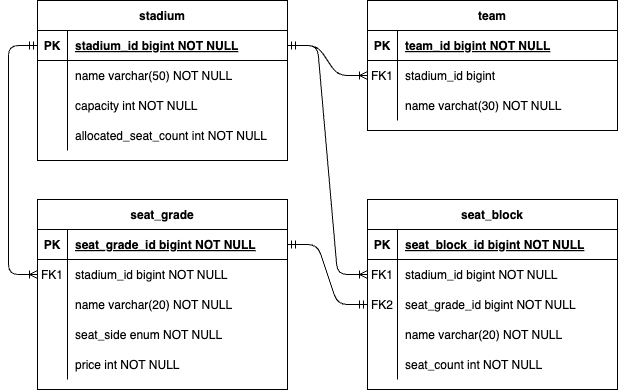
Above: doc/reservation-database-erd.png in f-lab-edu/kbo-reservation (draw.io), before the change. Source tidied: cells renumbered, new cells last; positions are measured from the earlier drawing's top-left corner, leaving out a move shared by most shapes. Its diagram source:
```xml
<mxGraphModel>
  <root>
    <mxCell id="0" />
    <mxCell id="1" parent="0" />
    <mxCell id="2" style="edgeStyle=entityRelationEdgeStyle;endArrow=ERoneToMany;startArrow=ERmandOne;endFill=0;startFill=0;" parent="1" edge="1" source="30" target="7">
      <mxGeometry relative="1" as="geometry" />
    </mxCell>
    <mxCell id="3" value="team" style="shape=table;startSize=30;rowLines=0;fontStyle=1;align=center;" parent="1" vertex="1">
      <mxGeometry x="359" width="250" height="130" as="geometry" />
    </mxCell>
    <mxCell id="4" style="shape=partialRectangle;fillColor=none;points=[[0,0.5],[1,0.5]];portConstraint=eastwest;top=0;left=0;right=0;bottom=1;" parent="3" vertex="1">
      <mxGeometry y="30" width="250" height="30" as="geometry" />
    </mxCell>
    <mxCell id="5" value="PK" style="shape=partialRectangle;overflow=hidden;fillColor=none;top=0;left=0;bottom=0;right=0;fontStyle=1;" parent="4" vertex="1">
      <mxGeometry width="30" height="30" as="geometry" />
    </mxCell>
    <mxCell id="6" value="team_id bigint NOT NULL " style="shape=partialRectangle;overflow=hidden;fillColor=none;top=0;left=0;bottom=0;right=0;align=left;spacingLeft=6;fontStyle=5;" parent="4" vertex="1">
      <mxGeometry x="30" width="220" height="30" as="geometry" />
    </mxCell>
    <mxCell id="7" style="shape=partialRectangle;fillColor=none;points=[[0,0.5],[1,0.5]];portConstraint=eastwest;top=0;left=0;right=0;bottom=0;" parent="3" vertex="1">
      <mxGeometry y="60" width="250" height="30" as="geometry" />
    </mxCell>
    <mxCell id="8" value="FK1" style="shape=partialRectangle;overflow=hidden;fillColor=none;top=0;left=0;bottom=0;right=0;" parent="7" vertex="1">
      <mxGeometry width="30" height="30" as="geometry" />
    </mxCell>
    <mxCell id="9" value="stadium_id bigint " style="shape=partialRectangle;overflow=hidden;fillColor=none;top=0;left=0;bottom=0;right=0;align=left;spacingLeft=6;" parent="7" vertex="1">
      <mxGeometry x="30" width="220" height="30" as="geometry" />
    </mxCell>
    <mxCell id="10" style="shape=partialRectangle;fillColor=none;top=0;left=0;right=0;bottom=0;" parent="3" vertex="1">
      <mxGeometry y="90" width="250" height="30" as="geometry" />
    </mxCell>
    <mxCell id="11" style="shape=partialRectangle;overflow=hidden;fillColor=none;top=0;left=0;bottom=0;right=0;" parent="10" vertex="1">
      <mxGeometry width="30" height="30" as="geometry" />
    </mxCell>
    <mxCell id="12" value="name varchat(30) NOT NULL" style="shape=partialRectangle;overflow=hidden;fillColor=none;top=0;left=0;bottom=0;right=0;align=left;spacingLeft=6;" parent="10" vertex="1">
      <mxGeometry x="30" width="220" height="30" as="geometry" />
    </mxCell>
    <mxCell id="13" value="seat_block" style="shape=table;startSize=30;rowLines=0;fontStyle=1;align=center;" parent="1" vertex="1">
      <mxGeometry x="359" y="199" width="250" height="190" as="geometry" />
    </mxCell>
    <mxCell id="14" style="shape=partialRectangle;fillColor=none;top=0;left=0;right=0;bottom=1;" parent="13" vertex="1">
      <mxGeometry y="30" width="250" height="30" as="geometry" />
    </mxCell>
    <mxCell id="15" value="PK" style="shape=partialRectangle;overflow=hidden;fillColor=none;top=0;left=0;bottom=0;right=0;fontStyle=1;" parent="14" vertex="1">
      <mxGeometry width="30" height="30" as="geometry" />
    </mxCell>
    <mxCell id="16" value="seat_block_id bigint NOT NULL " style="shape=partialRectangle;overflow=hidden;fillColor=none;top=0;left=0;bottom=0;right=0;align=left;spacingLeft=6;fontStyle=5;" parent="14" vertex="1">
      <mxGeometry x="30" width="220" height="30" as="geometry" />
    </mxCell>
    <mxCell id="17" style="shape=partialRectangle;fillColor=none;points=[[0,0.5],[1,0.5]];portConstraint=eastwest;top=0;left=0;right=0;bottom=0;" parent="13" vertex="1">
      <mxGeometry y="60" width="250" height="30" as="geometry" />
    </mxCell>
    <mxCell id="18" value="FK1" style="shape=partialRectangle;overflow=hidden;fillColor=none;top=0;left=0;bottom=0;right=0;" parent="17" vertex="1">
      <mxGeometry width="30" height="30" as="geometry" />
    </mxCell>
    <mxCell id="19" value="stadium_id bigint NOT NULL" style="shape=partialRectangle;overflow=hidden;fillColor=none;top=0;left=0;bottom=0;right=0;align=left;spacingLeft=6;" parent="17" vertex="1">
      <mxGeometry x="30" width="220" height="30" as="geometry" />
    </mxCell>
    <mxCell id="20" style="shape=partialRectangle;fillColor=none;points=[[0,0.5],[1,0.5]];portConstraint=eastwest;top=0;left=0;right=0;bottom=0;" parent="13" vertex="1">
      <mxGeometry y="90" width="250" height="30" as="geometry" />
    </mxCell>
    <mxCell id="21" value="FK2" style="shape=partialRectangle;overflow=hidden;fillColor=none;top=0;left=0;bottom=0;right=0;" parent="20" vertex="1">
      <mxGeometry width="30" height="30" as="geometry" />
    </mxCell>
    <mxCell id="22" value="seat_grade_id bigint NOT NULL" style="shape=partialRectangle;overflow=hidden;fillColor=none;top=0;left=0;bottom=0;right=0;align=left;spacingLeft=6;" parent="20" vertex="1">
      <mxGeometry x="30" width="220" height="30" as="geometry" />
    </mxCell>
    <mxCell id="23" style="shape=partialRectangle;fillColor=none;top=0;left=0;right=0;bottom=0;" parent="13" vertex="1">
      <mxGeometry y="120" width="250" height="30" as="geometry" />
    </mxCell>
    <mxCell id="24" style="shape=partialRectangle;overflow=hidden;fillColor=none;top=0;left=0;bottom=0;right=0;" parent="23" vertex="1">
      <mxGeometry width="30" height="30" as="geometry" />
    </mxCell>
    <mxCell id="25" value="name varchar(20) NOT NULL" style="shape=partialRectangle;overflow=hidden;fillColor=none;top=0;left=0;bottom=0;right=0;align=left;spacingLeft=6;" parent="23" vertex="1">
      <mxGeometry x="30" width="220" height="30" as="geometry" />
    </mxCell>
    <mxCell id="26" style="shape=partialRectangle;fillColor=none;top=0;left=0;right=0;bottom=0;" parent="13" vertex="1">
      <mxGeometry y="150" width="250" height="30" as="geometry" />
    </mxCell>
    <mxCell id="27" style="shape=partialRectangle;overflow=hidden;fillColor=none;top=0;left=0;bottom=0;right=0;" parent="26" vertex="1">
      <mxGeometry width="30" height="30" as="geometry" />
    </mxCell>
    <mxCell id="28" value="seat_count int NOT NULL" style="shape=partialRectangle;overflow=hidden;fillColor=none;top=0;left=0;bottom=0;right=0;align=left;spacingLeft=6;" parent="26" vertex="1">
      <mxGeometry x="30" width="220" height="30" as="geometry" />
    </mxCell>
    <mxCell id="29" value="stadium" style="shape=table;startSize=30;rowLines=0;fontStyle=1;align=center;" parent="1" vertex="1">
      <mxGeometry x="29" width="250" height="160" as="geometry" />
    </mxCell>
    <mxCell id="30" style="shape=partialRectangle;fillColor=none;points=[[0,0.5],[1,0.5]];portConstraint=eastwest;top=0;left=0;right=0;bottom=1;" parent="29" vertex="1">
      <mxGeometry y="30" width="250" height="30" as="geometry" />
    </mxCell>
    <mxCell id="31" value="PK" style="shape=partialRectangle;overflow=hidden;fillColor=none;top=0;left=0;bottom=0;right=0;fontStyle=1;" parent="30" vertex="1">
      <mxGeometry width="30" height="30" as="geometry" />
    </mxCell>
    <mxCell id="32" value="stadium_id bigint NOT NULL " style="shape=partialRectangle;overflow=hidden;fillColor=none;top=0;left=0;bottom=0;right=0;align=left;spacingLeft=6;fontStyle=5;" parent="30" vertex="1">
      <mxGeometry x="30" width="220" height="30" as="geometry" />
    </mxCell>
    <mxCell id="33" style="shape=partialRectangle;fillColor=none;top=0;left=0;right=0;bottom=0;" parent="29" vertex="1">
      <mxGeometry y="60" width="250" height="30" as="geometry" />
    </mxCell>
    <mxCell id="34" style="shape=partialRectangle;overflow=hidden;fillColor=none;top=0;left=0;bottom=0;right=0;" parent="33" vertex="1">
      <mxGeometry width="30" height="30" as="geometry" />
    </mxCell>
    <mxCell id="35" value="name varchar(50) NOT NULL" style="shape=partialRectangle;overflow=hidden;fillColor=none;top=0;left=0;bottom=0;right=0;align=left;spacingLeft=6;" parent="33" vertex="1">
      <mxGeometry x="30" width="220" height="30" as="geometry" />
    </mxCell>
    <mxCell id="36" style="shape=partialRectangle;fillColor=none;top=0;left=0;right=0;bottom=0;" parent="29" vertex="1">
      <mxGeometry y="90" width="250" height="30" as="geometry" />
    </mxCell>
    <mxCell id="37" style="shape=partialRectangle;overflow=hidden;fillColor=none;top=0;left=0;bottom=0;right=0;" parent="36" vertex="1">
      <mxGeometry width="30" height="30" as="geometry" />
    </mxCell>
    <mxCell id="38" value="capacity int NOT NULL" style="shape=partialRectangle;overflow=hidden;fillColor=none;top=0;left=0;bottom=0;right=0;align=left;spacingLeft=6;" parent="36" vertex="1">
      <mxGeometry x="30" width="220" height="30" as="geometry" />
    </mxCell>
    <mxCell id="39" style="shape=partialRectangle;fillColor=none;top=0;left=0;right=0;bottom=0;" parent="29" vertex="1">
      <mxGeometry y="120" width="250" height="30" as="geometry" />
    </mxCell>
    <mxCell id="40" style="shape=partialRectangle;overflow=hidden;fillColor=none;top=0;left=0;bottom=0;right=0;" parent="39" vertex="1">
      <mxGeometry width="30" height="30" as="geometry" />
    </mxCell>
    <mxCell id="41" value="allocated_seat_count int NOT NULL" style="shape=partialRectangle;overflow=hidden;fillColor=none;top=0;left=0;bottom=0;right=0;align=left;spacingLeft=6;" parent="39" vertex="1">
      <mxGeometry x="30" width="220" height="30" as="geometry" />
    </mxCell>
    <mxCell id="42" value="seat_grade" style="shape=table;startSize=30;rowLines=0;fontStyle=1;align=center;" parent="1" vertex="1">
      <mxGeometry x="29" y="199" width="250" height="190" as="geometry" />
    </mxCell>
    <mxCell id="43" style="shape=partialRectangle;fillColor=none;points=[[0,0.5],[1,0.5]];portConstraint=eastwest;top=0;left=0;right=0;bottom=1;" parent="42" vertex="1">
      <mxGeometry y="30" width="250" height="30" as="geometry" />
    </mxCell>
    <mxCell id="44" value="PK" style="shape=partialRectangle;overflow=hidden;fillColor=none;top=0;left=0;bottom=0;right=0;fontStyle=1;" parent="43" vertex="1">
      <mxGeometry width="30" height="30" as="geometry" />
    </mxCell>
    <mxCell id="45" value="seat_grade_id bigint NOT NULL " style="shape=partialRectangle;overflow=hidden;fillColor=none;top=0;left=0;bottom=0;right=0;align=left;spacingLeft=6;fontStyle=5;" parent="43" vertex="1">
      <mxGeometry x="30" width="220" height="30" as="geometry" />
    </mxCell>
    <mxCell id="46" style="shape=partialRectangle;fillColor=none;points=[[0,0.5],[1,0.5]];portConstraint=eastwest;top=0;left=0;right=0;bottom=0;" parent="42" vertex="1">
      <mxGeometry y="60" width="250" height="30" as="geometry" />
    </mxCell>
    <mxCell id="47" value="FK1" style="shape=partialRectangle;overflow=hidden;fillColor=none;top=0;left=0;bottom=0;right=0;" parent="46" vertex="1">
      <mxGeometry width="30" height="30" as="geometry" />
    </mxCell>
    <mxCell id="48" value="stadium_id bigint NOT NULL" style="shape=partialRectangle;overflow=hidden;fillColor=none;top=0;left=0;bottom=0;right=0;align=left;spacingLeft=6;" parent="46" vertex="1">
      <mxGeometry x="30" width="220" height="30" as="geometry" />
    </mxCell>
    <mxCell id="49" style="shape=partialRectangle;fillColor=none;top=0;left=0;right=0;bottom=0;" parent="42" vertex="1">
      <mxGeometry y="90" width="250" height="30" as="geometry" />
    </mxCell>
    <mxCell id="50" style="shape=partialRectangle;overflow=hidden;fillColor=none;top=0;left=0;bottom=0;right=0;" parent="49" vertex="1">
      <mxGeometry width="30" height="30" as="geometry" />
    </mxCell>
    <mxCell id="51" value="name varchar(20) NOT NULL" style="shape=partialRectangle;overflow=hidden;fillColor=none;top=0;left=0;bottom=0;right=0;align=left;spacingLeft=6;" parent="49" vertex="1">
      <mxGeometry x="30" width="220" height="30" as="geometry" />
    </mxCell>
    <mxCell id="52" style="shape=partialRectangle;fillColor=none;top=0;left=0;right=0;bottom=0;" parent="42" vertex="1">
      <mxGeometry y="120" width="250" height="30" as="geometry" />
    </mxCell>
    <mxCell id="53" style="shape=partialRectangle;overflow=hidden;fillColor=none;top=0;left=0;bottom=0;right=0;" parent="52" vertex="1">
      <mxGeometry width="30" height="30" as="geometry" />
    </mxCell>
    <mxCell id="54" value="seat_side enum NOT NULL" style="shape=partialRectangle;overflow=hidden;fillColor=none;top=0;left=0;bottom=0;right=0;align=left;spacingLeft=6;" parent="52" vertex="1">
      <mxGeometry x="30" width="220" height="30" as="geometry" />
    </mxCell>
    <mxCell id="55" style="shape=partialRectangle;fillColor=none;top=0;left=0;right=0;bottom=0;" parent="42" vertex="1">
      <mxGeometry y="150" width="250" height="30" as="geometry" />
    </mxCell>
    <mxCell id="56" style="shape=partialRectangle;overflow=hidden;fillColor=none;top=0;left=0;bottom=0;right=0;" parent="55" vertex="1">
      <mxGeometry width="30" height="30" as="geometry" />
    </mxCell>
    <mxCell id="57" value="price int NOT NULL" style="shape=partialRectangle;overflow=hidden;fillColor=none;top=0;left=0;bottom=0;right=0;align=left;spacingLeft=6;" parent="55" vertex="1">
      <mxGeometry x="30" width="220" height="30" as="geometry" />
    </mxCell>
    <mxCell id="58" style="edgeStyle=entityRelationEdgeStyle;endArrow=ERmandOne;startArrow=ERmandOne;endFill=0;startFill=0;exitX=1;exitY=0.5;exitDx=0;exitDy=0;entryX=0;entryY=0.5;entryDx=0;entryDy=0;" parent="1" edge="1" source="43" target="20">
      <mxGeometry relative="1" as="geometry">
        <Array as="points">
          <mxPoint x="335" y="245" />
        </Array>
      </mxGeometry>
    </mxCell>
    <mxCell id="59" style="endArrow=ERmandOne;html=1;rounded=1;entryX=0;entryY=0.5;entryDx=0;entryDy=0;exitX=0;exitY=0.5;exitDx=0;exitDy=0;edgeStyle=orthogonalEdgeStyle;endFill=0;startArrow=ERoneToMany;startFill=0;" parent="1" edge="1" source="46" target="30">
      <mxGeometry relative="1" as="geometry">
        <Array as="points">
          <mxPoint y="274" />
          <mxPoint y="45" />
        </Array>
      </mxGeometry>
    </mxCell>
    <mxCell id="60" style="edgeStyle=entityRelationEdgeStyle;endArrow=ERoneToMany;startArrow=ERmandOne;endFill=0;startFill=0;exitX=1;exitY=0.5;exitDx=0;exitDy=0;entryX=0;entryY=0.5;entryDx=0;entryDy=0;" parent="1" edge="1" source="30" target="17">
      <mxGeometry relative="1" as="geometry">
        <Array as="points">
          <mxPoint x="349.5" y="121" />
        </Array>
      </mxGeometry>
    </mxCell>
  </root>
</mxGraphModel>
```
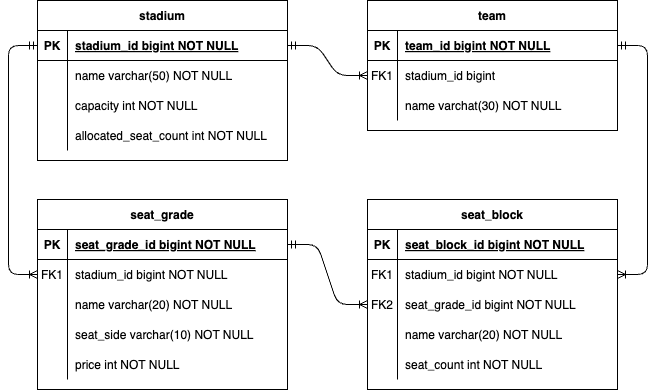
After the change.

Commit message:
[#19] feat: 테이블 관계도 수정

Diff of the diagram source:
```diff
@@ -5,6 +5,9 @@
     <mxCell id="2" style="edgeStyle=entityRelationEdgeStyle;endArrow=ERoneToMany;startArrow=ERmandOne;endFill=0;startFill=0;" parent="1" edge="1" source="30" target="7">
       <mxGeometry relative="1" as="geometry" />
     </mxCell>
+    <mxCell id="61" style="edgeStyle=entityRelationEdgeStyle;endArrow=ERoneToMany;startArrow=ERmandOne;endFill=0;startFill=0;" parent="1" edge="1" source="4" target="17">
+      <mxGeometry relative="1" as="geometry" />
+    </mxCell>
     <mxCell id="3" value="team" style="shape=table;startSize=30;rowLines=0;fontStyle=1;align=center;" parent="1" vertex="1">
       <mxGeometry x="359" width="250" height="130" as="geometry" />
     </mxCell>
@@ -158,7 +161,7 @@
     <mxCell id="53" style="shape=partialRectangle;overflow=hidden;fillColor=none;top=0;left=0;bottom=0;right=0;" parent="52" vertex="1">
       <mxGeometry width="30" height="30" as="geometry" />
     </mxCell>
-    <mxCell id="54" value="seat_side enum NOT NULL" style="shape=partialRectangle;overflow=hidden;fillColor=none;top=0;left=0;bottom=0;right=0;align=left;spacingLeft=6;" parent="52" vertex="1">
+    <mxCell id="54" value="seat_side varchar(10) NOT NULL" style="shape=partialRectangle;overflow=hidden;fillColor=none;top=0;left=0;bottom=0;right=0;align=left;spacingLeft=6;" parent="52" vertex="1">
       <mxGeometry x="30" width="220" height="30" as="geometry" />
     </mxCell>
     <mxCell id="55" style="shape=partialRectangle;fillColor=none;top=0;left=0;right=0;bottom=0;" parent="42" vertex="1">
@@ -170,7 +173,7 @@
     <mxCell id="57" value="price int NOT NULL" style="shape=partialRectangle;overflow=hidden;fillColor=none;top=0;left=0;bottom=0;right=0;align=left;spacingLeft=6;" parent="55" vertex="1">
       <mxGeometry x="30" width="220" height="30" as="geometry" />
     </mxCell>
-    <mxCell id="58" style="edgeStyle=entityRelationEdgeStyle;endArrow=ERmandOne;startArrow=ERmandOne;endFill=0;startFill=0;exitX=1;exitY=0.5;exitDx=0;exitDy=0;entryX=0;entryY=0.5;entryDx=0;entryDy=0;" parent="1" edge="1" source="43" target="20">
+    <mxCell id="58" style="edgeStyle=entityRelationEdgeStyle;endArrow=ERoneToMany;startArrow=ERmandOne;endFill=0;startFill=0;exitX=1;exitY=0.5;exitDx=0;exitDy=0;entryX=0;entryY=0.5;entryDx=0;entryDy=0;" parent="1" edge="1" source="43" target="20">
       <mxGeometry relative="1" as="geometry">
         <Array as="points">
           <mxPoint x="335" y="245" />
@@ -185,12 +188,5 @@
         </Array>
       </mxGeometry>
     </mxCell>
-    <mxCell id="60" style="edgeStyle=entityRelationEdgeStyle;endArrow=ERoneToMany;startArrow=ERmandOne;endFill=0;startFill=0;exitX=1;exitY=0.5;exitDx=0;exitDy=0;entryX=0;entryY=0.5;entryDx=0;entryDy=0;" parent="1" edge="1" source="30" target="17">
-      <mxGeometry relative="1" as="geometry">
-        <Array as="points">
-          <mxPoint x="349.5" y="121" />
-        </Array>
-      </mxGeometry>
-    </mxCell>
   </root>
 </mxGraphModel>
```
